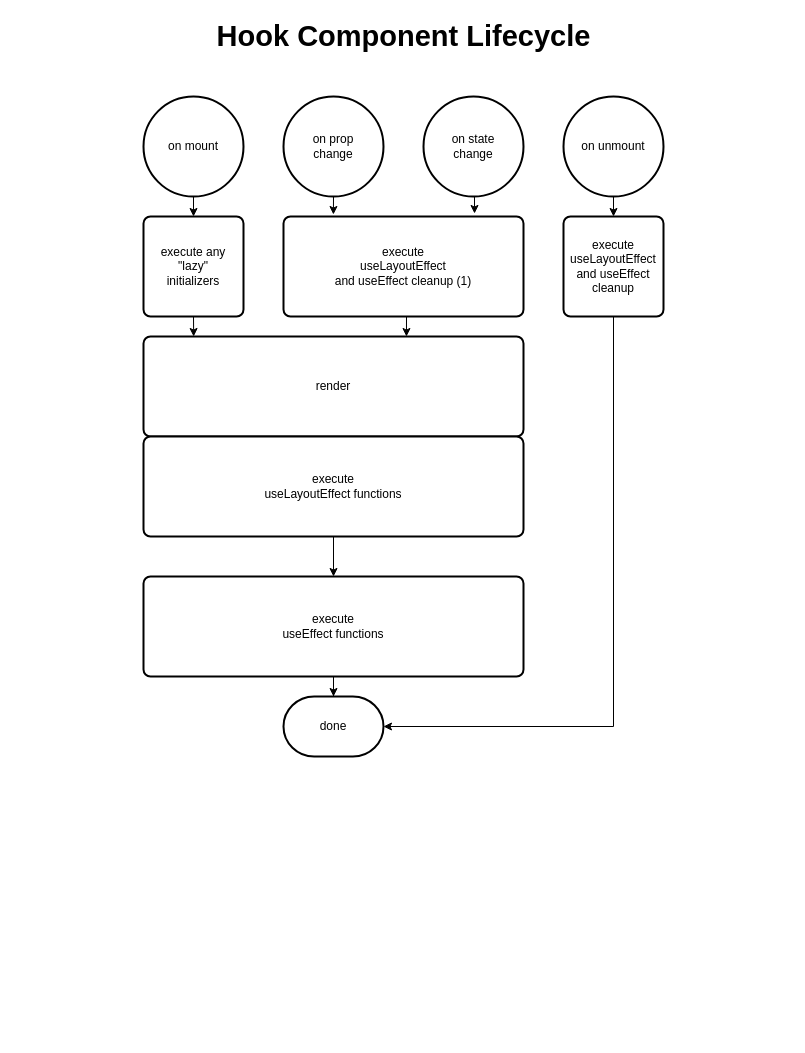
Earlier version of the draw.io diagram Hook Component Lifecycle.drawio (donavon/hook-flow). Source tidied: cells renumbered, new cells numbered last; positions are measured from the earlier drawing's top-left corner, leaving out a move shared by most shapes. Both pictures are drawn from the tidied source at 100%, with x=0, y=0 at pixel (143, 26).
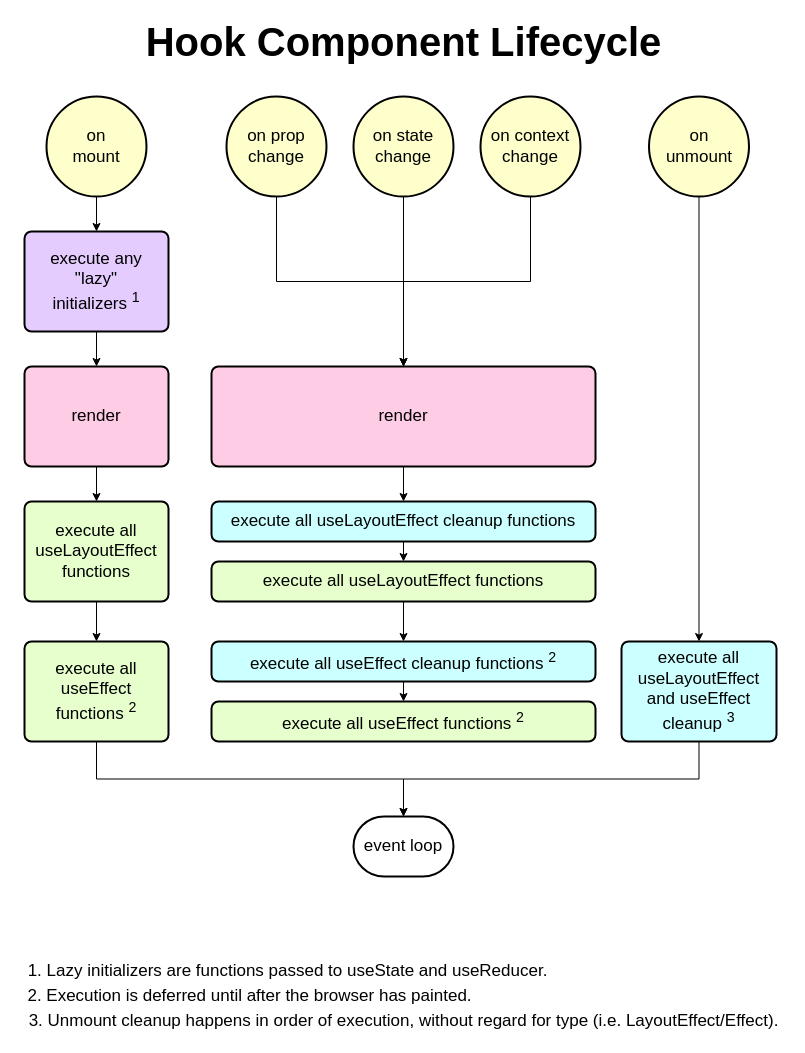
The same page after the edit.

Diff of the diagram source:
```diff
@@
-    <mxCell id="2" style="edgeStyle=orthogonalEdgeStyle;rounded=0;jettySize=auto;html=1;exitX=0.5;exitY=1;exitDx=0;exitDy=0;exitPerimeter=0;entryX=0.5;entryY=0;entryDx=0;entryDy=0;" parent="1" edge="1" source="3" target="5">
+    <mxCell id="2" style="edgeStyle=orthogonalEdgeStyle;rounded=0;jettySize=auto;html=1;exitX=0.5;exitY=1;exitDx=0;exitDy=0;exitPerimeter=0;entryX=0.5;entryY=0;entryDx=0;entryDy=0;fontSize=17;" parent="1" edge="1" source="3" target="5">
       <mxGeometry relative="1" as="geometry" />
     </mxCell>
-    <mxCell id="3" value="on mount" style="strokeWidth=2;html=1;shape=mxgraph.flowchart.start_2;whiteSpace=wrap;" parent="1" vertex="1">
-      <mxGeometry y="70" width="100" height="100" as="geometry" />
+    <mxCell id="3" value="on&lt;br&gt;mount" style="strokeWidth=2;html=1;shape=mxgraph.flowchart.start_2;whiteSpace=wrap;fontSize=17;fillColor=#FFFFCC;" parent="1" vertex="1">
+      <mxGeometry x="-97" y="70" width="100" height="100" as="geometry" />
     </mxCell>
-    <mxCell id="4" style="edgeStyle=orthogonalEdgeStyle;rounded=0;jettySize=auto;html=1;exitX=0.5;exitY=1;exitDx=0;exitDy=0;entryX=0.132;entryY=0;entryDx=0;entryDy=0;entryPerimeter=0;" parent="1" edge="1" source="5" target="6">
+    <mxCell id="4" style="edgeStyle=orthogonalEdgeStyle;rounded=0;jettySize=auto;html=1;exitX=0.5;exitY=1;exitDx=0;exitDy=0;entryX=0.5;entryY=0;entryDx=0;entryDy=0;fontSize=17;" parent="1" edge="1" source="5" target="6">
       <mxGeometry relative="1" as="geometry" />
     </mxCell>
-    <mxCell id="5" value="execute any&lt;br&gt;&quot;lazy&quot;&lt;br&gt;initializers&lt;br&gt;" style="rounded=1;whiteSpace=wrap;html=1;absoluteArcSize=1;arcSize=14;strokeWidth=2;" parent="1" vertex="1">
-      <mxGeometry y="190" width="100" height="100" as="geometry" />
+    <mxCell id="5" value="execute any&lt;br style=&quot;font-size: 17px&quot;&gt;&quot;lazy&quot;&lt;br style=&quot;font-size: 17px&quot;&gt;initializers &lt;sup&gt;1&lt;/sup&gt;&lt;br style=&quot;font-size: 17px&quot;&gt;" style="rounded=1;whiteSpace=wrap;html=1;absoluteArcSize=1;arcSize=14;strokeWidth=2;fontSize=17;fillColor=#E5CCFF;" parent="1" vertex="1">
+      <mxGeometry x="-119" y="205" width="144" height="100" as="geometry" />
     </mxCell>
+    <mxCell id="23" style="edgeStyle=orthogonalEdgeStyle;rounded=0;jettySize=auto;html=1;exitX=0.5;exitY=1;exitDx=0;exitDy=0;entryX=0.5;entryY=0;entryDx=0;entryDy=0;fontSize=17;" parent="1" edge="1" source="6" target="8">
+      <mxGeometry relative="1" as="geometry" />
+    </mxCell>
-    <mxCell id="6" value="render" style="rounded=1;whiteSpace=wrap;html=1;absoluteArcSize=1;arcSize=14;strokeWidth=2;" parent="1" vertex="1">
-      <mxGeometry y="310" width="380" height="100" as="geometry" />
+    <mxCell id="6" value="render" style="rounded=1;whiteSpace=wrap;html=1;absoluteArcSize=1;arcSize=14;strokeWidth=2;fontSize=17;fillColor=#FFCCE6;" parent="1" vertex="1">
+      <mxGeometry x="-119" y="340" width="144" height="100" as="geometry" />
     </mxCell>
-    <mxCell id="7" style="edgeStyle=orthogonalEdgeStyle;rounded=0;jettySize=auto;html=1;exitX=0.5;exitY=1;exitDx=0;exitDy=0;entryX=0.5;entryY=0;entryDx=0;entryDy=0;" parent="1" edge="1" source="8" target="10">
+    <mxCell id="7" style="edgeStyle=orthogonalEdgeStyle;rounded=0;jettySize=auto;html=1;exitX=0.5;exitY=1;exitDx=0;exitDy=0;entryX=0.5;entryY=0;entryDx=0;entryDy=0;fontSize=17;" parent="1" edge="1" source="8" target="10">
       <mxGeometry relative="1" as="geometry" />
     </mxCell>
-    <mxCell id="8" value="execute&lt;br&gt;useLayoutEffect functions" style="rounded=1;whiteSpace=wrap;html=1;absoluteArcSize=1;arcSize=14;strokeWidth=2;" parent="1" vertex="1">
-      <mxGeometry y="410" width="380" height="100" as="geometry" />
+    <mxCell id="8" value="execute all&lt;br style=&quot;font-size: 17px&quot;&gt;useLayoutEffect functions" style="rounded=1;whiteSpace=wrap;html=1;absoluteArcSize=1;arcSize=14;strokeWidth=2;fontSize=17;fillColor=#E6FFCC;" parent="1" vertex="1">
+      <mxGeometry x="-119" y="475" width="144" height="100" as="geometry" />
     </mxCell>
-    <mxCell id="9" style="edgeStyle=orthogonalEdgeStyle;rounded=0;jettySize=auto;html=1;exitX=0.5;exitY=1;exitDx=0;exitDy=0;" parent="1" edge="1" source="10" target="15">
+    <mxCell id="9" style="edgeStyle=orthogonalEdgeStyle;rounded=0;jettySize=auto;html=1;exitX=0.5;exitY=1;exitDx=0;exitDy=0;entryX=0.5;entryY=0;entryDx=0;entryDy=0;entryPerimeter=0;fontSize=17;" parent="1" edge="1" source="10" target="15">
       <mxGeometry relative="1" as="geometry" />
     </mxCell>
-    <mxCell id="10" value="execute&lt;br&gt;useEffect functions" style="rounded=1;whiteSpace=wrap;html=1;absoluteArcSize=1;arcSize=14;strokeWidth=2;" parent="1" vertex="1">
-      <mxGeometry y="550" width="380" height="100" as="geometry" />
+    <mxCell id="10" value="execute all&lt;br style=&quot;font-size: 17px&quot;&gt;useEffect functions &lt;sup&gt;2&lt;/sup&gt;" style="rounded=1;whiteSpace=wrap;html=1;absoluteArcSize=1;arcSize=14;strokeWidth=2;fontSize=17;fillColor=#E6FFCC;" parent="1" vertex="1">
+      <mxGeometry x="-119" y="615" width="144" height="100" as="geometry" />
     </mxCell>
-    <mxCell id="11" style="edgeStyle=orthogonalEdgeStyle;rounded=0;jettySize=auto;html=1;exitX=0.5;exitY=1;exitDx=0;exitDy=0;exitPerimeter=0;entryX=0.208;entryY=-0.02;entryDx=0;entryDy=0;entryPerimeter=0;" parent="1" edge="1" source="12" target="17">
-      <mxGeometry relative="1" as="geometry" />
-    </mxCell>
+    <mxCell id="24" style="edgeStyle=orthogonalEdgeStyle;rounded=0;jettySize=auto;html=1;exitX=0.5;exitY=1;exitDx=0;exitDy=0;exitPerimeter=0;fontSize=17;" parent="1" edge="1" source="12" target="32">
+      <mxGeometry relative="1" as="geometry" />
+    </mxCell>
-    <mxCell id="12" value="on prop&lt;br&gt;change&lt;br&gt;" style="strokeWidth=2;html=1;shape=mxgraph.flowchart.start_2;whiteSpace=wrap;" parent="1" vertex="1">
-      <mxGeometry x="140" y="70" width="100" height="100" as="geometry" />
+    <mxCell id="12" value="on prop&lt;br style=&quot;font-size: 17px;&quot;&gt;change&lt;br style=&quot;font-size: 17px;&quot;&gt;" style="strokeWidth=2;html=1;shape=mxgraph.flowchart.start_2;whiteSpace=wrap;fontSize=17;fillColor=#FFFFCC;" parent="1" vertex="1">
+      <mxGeometry x="83" y="70" width="100" height="100" as="geometry" />
     </mxCell>
-    <mxCell id="13" style="edgeStyle=orthogonalEdgeStyle;rounded=0;jettySize=auto;html=1;exitX=0.5;exitY=1;exitDx=0;exitDy=0;exitPerimeter=0;entryX=0.796;entryY=-0.03;entryDx=0;entryDy=0;entryPerimeter=0;" parent="1" edge="1" source="14" target="17">
-      <mxGeometry relative="1" as="geometry" />
-    </mxCell>
+    <mxCell id="25" style="edgeStyle=orthogonalEdgeStyle;rounded=0;jettySize=auto;html=1;exitX=0.5;exitY=1;exitDx=0;exitDy=0;exitPerimeter=0;fontSize=17;" parent="1" edge="1" source="14" target="32">
+      <mxGeometry relative="1" as="geometry" />
+    </mxCell>
-    <mxCell id="14" value="on state&lt;br&gt;change&lt;br&gt;" style="strokeWidth=2;html=1;shape=mxgraph.flowchart.start_2;whiteSpace=wrap;" parent="1" vertex="1">
-      <mxGeometry x="280" y="70" width="100" height="100" as="geometry" />
+    <mxCell id="14" value="on state&lt;br style=&quot;font-size: 17px;&quot;&gt;change&lt;br style=&quot;font-size: 17px;&quot;&gt;" style="strokeWidth=2;html=1;shape=mxgraph.flowchart.start_2;whiteSpace=wrap;fontSize=17;fillColor=#FFFFCC;" parent="1" vertex="1">
+      <mxGeometry x="210" y="70" width="100" height="100" as="geometry" />
     </mxCell>
-    <mxCell id="15" value="done" style="strokeWidth=2;html=1;shape=mxgraph.flowchart.terminator;whiteSpace=wrap;" parent="1" vertex="1">
-      <mxGeometry x="140" y="670" width="100" height="60" as="geometry" />
+    <mxCell id="15" value="event loop" style="strokeWidth=2;html=1;shape=mxgraph.flowchart.terminator;whiteSpace=wrap;fontSize=17;" parent="1" vertex="1">
+      <mxGeometry x="210" y="790" width="100" height="60" as="geometry" />
     </mxCell>
-    <mxCell id="16" style="edgeStyle=orthogonalEdgeStyle;rounded=0;jettySize=auto;html=1;exitX=0.5;exitY=1;exitDx=0;exitDy=0;entryX=0.692;entryY=0;entryDx=0;entryDy=0;entryPerimeter=0;" parent="1" edge="1" source="17" target="6">
-      <mxGeometry relative="1" as="geometry" />
-    </mxCell>
-    <mxCell id="17" value="execute&lt;br&gt;useLayoutEffect&lt;br&gt;and useEffect cleanup (1)&lt;br&gt;" style="rounded=1;whiteSpace=wrap;html=1;absoluteArcSize=1;arcSize=14;strokeWidth=2;" parent="1" vertex="1">
-      <mxGeometry x="140" y="190" width="240" height="100" as="geometry" />
-    </mxCell>
-    <mxCell id="18" style="edgeStyle=orthogonalEdgeStyle;rounded=0;jettySize=auto;html=1;exitX=0.5;exitY=1;exitDx=0;exitDy=0;exitPerimeter=0;entryX=0.5;entryY=0;entryDx=0;entryDy=0;" parent="1" edge="1" source="19" target="21">
+    <mxCell id="18" style="edgeStyle=orthogonalEdgeStyle;rounded=0;jettySize=auto;html=1;exitX=0.5;exitY=1;exitDx=0;exitDy=0;exitPerimeter=0;entryX=0.5;entryY=0;entryDx=0;entryDy=0;fontSize=17;" parent="1" edge="1" source="19" target="21">
       <mxGeometry relative="1" as="geometry" />
     </mxCell>
-    <mxCell id="19" value="on unmount" style="strokeWidth=2;html=1;shape=mxgraph.flowchart.start_2;whiteSpace=wrap;" parent="1" vertex="1">
-      <mxGeometry x="420" y="70" width="100" height="100" as="geometry" />
+    <mxCell id="19" value="on&lt;br&gt;unmount" style="strokeWidth=2;html=1;shape=mxgraph.flowchart.start_2;whiteSpace=wrap;fontSize=17;fillColor=#FFFFCC;" parent="1" vertex="1">
+      <mxGeometry x="505.5" y="70" width="100" height="100" as="geometry" />
     </mxCell>
-    <mxCell id="20" style="edgeStyle=orthogonalEdgeStyle;rounded=0;jettySize=auto;html=1;exitX=0.5;exitY=1;exitDx=0;exitDy=0;entryX=1;entryY=0.5;entryDx=0;entryDy=0;entryPerimeter=0;" parent="1" edge="1" source="21" target="15">
+    <mxCell id="20" style="edgeStyle=orthogonalEdgeStyle;rounded=0;jettySize=auto;html=1;exitX=0.5;exitY=1;exitDx=0;exitDy=0;entryX=0.5;entryY=0;entryDx=0;entryDy=0;entryPerimeter=0;fontSize=17;" parent="1" edge="1" source="21" target="15">
       <mxGeometry relative="1" as="geometry" />
     </mxCell>
-    <mxCell id="21" value="&lt;span&gt;execute&lt;/span&gt;&lt;br&gt;&lt;span&gt;useLayoutEffect&lt;/span&gt;&lt;br&gt;&lt;span&gt;and useEffect cleanup&lt;/span&gt;" style="rounded=1;whiteSpace=wrap;html=1;absoluteArcSize=1;arcSize=14;strokeWidth=2;" parent="1" vertex="1">
-      <mxGeometry x="420" y="190" width="100" height="100" as="geometry" />
+    <mxCell id="21" value="&lt;span style=&quot;font-size: 17px&quot;&gt;execute all&lt;/span&gt;&lt;br style=&quot;font-size: 17px&quot;&gt;&lt;span style=&quot;font-size: 17px&quot;&gt;useLayoutEffect&lt;/span&gt;&lt;br style=&quot;font-size: 17px&quot;&gt;&lt;span style=&quot;font-size: 17px&quot;&gt;and useEffect cleanup &lt;sup&gt;3&lt;/sup&gt;&lt;/span&gt;" style="rounded=1;whiteSpace=wrap;html=1;absoluteArcSize=1;arcSize=14;strokeWidth=2;fontSize=17;fillColor=#CCFFFF;" parent="1" vertex="1">
+      <mxGeometry x="478" y="615" width="155" height="100" as="geometry" />
     </mxCell>
-    <mxCell id="22" value="&lt;font style=&quot;font-size: 29px&quot;&gt;&lt;b&gt;Hook Component Lifecycle&lt;/b&gt;&lt;/font&gt;" style="text;html=1;align=center;verticalAlign=middle;fillColor=none;strokeColor=none;rounded=0;" parent="1" vertex="1">
-      <mxGeometry x="65" width="390" height="20" as="geometry" />
+    <mxCell id="22" value="&lt;font size=&quot;1&quot;&gt;&lt;b style=&quot;font-size: 40px&quot;&gt;Hook Component Lifecycle&lt;/b&gt;&lt;/font&gt;" style="text;html=1;align=center;verticalAlign=middle;fillColor=none;strokeColor=none;rounded=0;" parent="1" vertex="1">
+      <mxGeometry x="-5" width="530" height="30" as="geometry" />
     </mxCell>
+    <mxCell id="26" style="edgeStyle=orthogonalEdgeStyle;rounded=0;jettySize=auto;html=1;exitX=0.5;exitY=1;exitDx=0;exitDy=0;exitPerimeter=0;entryX=0.5;entryY=0;entryDx=0;entryDy=0;fontSize=17;" parent="1" edge="1" source="27" target="32">
+      <mxGeometry relative="1" as="geometry" />
+    </mxCell>
+    <mxCell id="27" value="on context&lt;br&gt;change&lt;br&gt;" style="strokeWidth=2;html=1;shape=mxgraph.flowchart.start_2;whiteSpace=wrap;fontSize=17;fillColor=#FFFFCC;" parent="1" vertex="1">
+      <mxGeometry x="337" y="70" width="100" height="100" as="geometry" />
+    </mxCell>
+    <mxCell id="28" value="&lt;div style=&quot;text-align: left&quot;&gt;&lt;span&gt;1. Lazy initializers are functions passed to useState and useReducer.&lt;/span&gt;&lt;/div&gt;" style="text;html=1;align=center;verticalAlign=middle;fillColor=none;strokeColor=none;rounded=0;fontSize=17;" parent="1" vertex="1">
+      <mxGeometry x="-126" y="930" width="540" height="30" as="geometry" />
+    </mxCell>
+    <mxCell id="29" value="&lt;div style=&quot;text-align: left&quot;&gt;&lt;/div&gt;2. Execution is deferred until after the browser has painted.&lt;br&gt;" style="text;html=1;align=center;verticalAlign=middle;fillColor=none;strokeColor=none;rounded=0;fontSize=17;" parent="1" vertex="1">
+      <mxGeometry x="-124" y="955" width="460" height="30" as="geometry" />
+    </mxCell>
+    <mxCell id="30" value="&lt;div style=&quot;text-align: left&quot;&gt;3. Unmount cleanup happens in order of execution, without regard for type (i.e. LayoutEffect/Effect).&lt;br&gt;&lt;/div&gt;" style="text;html=1;align=center;verticalAlign=middle;fillColor=none;strokeColor=none;rounded=0;fontSize=17;" parent="1" vertex="1">
+      <mxGeometry x="-125" y="980" width="770" height="30" as="geometry" />
+    </mxCell>
+    <mxCell id="31" style="edgeStyle=orthogonalEdgeStyle;rounded=0;jettySize=auto;html=1;exitX=0.5;exitY=1;exitDx=0;exitDy=0;entryX=0.5;entryY=0;entryDx=0;entryDy=0;fontSize=17;" parent="1" edge="1" source="32" target="34">
+      <mxGeometry relative="1" as="geometry" />
+    </mxCell>
+    <mxCell id="32" value="render" style="rounded=1;whiteSpace=wrap;html=1;absoluteArcSize=1;arcSize=14;strokeWidth=2;fontSize=17;fillColor=#FFCCE6;" parent="1" vertex="1">
+      <mxGeometry x="68" y="340" width="384" height="100" as="geometry" />
+    </mxCell>
+    <mxCell id="33" style="edgeStyle=orthogonalEdgeStyle;rounded=0;jettySize=auto;html=1;exitX=0.5;exitY=1;exitDx=0;exitDy=0;entryX=0.5;entryY=0;entryDx=0;entryDy=0;fontSize=17;" parent="1" edge="1" source="34" target="36">
+      <mxGeometry relative="1" as="geometry" />
+    </mxCell>
+    <mxCell id="34" value="execute all useLayoutEffect cleanup functions " style="rounded=1;whiteSpace=wrap;html=1;absoluteArcSize=1;arcSize=14;strokeWidth=2;fontSize=17;fillColor=#CCFFFF;" parent="1" vertex="1">
+      <mxGeometry x="68" y="475" width="384" height="40" as="geometry" />
+    </mxCell>
+    <mxCell id="35" style="edgeStyle=orthogonalEdgeStyle;rounded=0;jettySize=auto;html=1;exitX=0.5;exitY=1;exitDx=0;exitDy=0;entryX=0.5;entryY=0;entryDx=0;entryDy=0;fontSize=17;" parent="1" edge="1" source="36" target="38">
+      <mxGeometry relative="1" as="geometry" />
+    </mxCell>
+    <mxCell id="36" value="execute all useLayoutEffect functions" style="rounded=1;whiteSpace=wrap;html=1;absoluteArcSize=1;arcSize=14;strokeWidth=2;fontSize=17;fillColor=#E6FFCC;" parent="1" vertex="1">
+      <mxGeometry x="68" y="535" width="384" height="40" as="geometry" />
+    </mxCell>
+    <mxCell id="37" style="edgeStyle=orthogonalEdgeStyle;rounded=0;jettySize=auto;html=1;exitX=0.5;exitY=1;exitDx=0;exitDy=0;entryX=0.5;entryY=0;entryDx=0;entryDy=0;fontSize=17;" parent="1" edge="1" source="38" target="39">
+      <mxGeometry relative="1" as="geometry" />
+    </mxCell>
+    <mxCell id="38" value="execute all useEffect cleanup functions &lt;sup&gt;2&lt;/sup&gt;" style="rounded=1;whiteSpace=wrap;html=1;absoluteArcSize=1;arcSize=14;strokeWidth=2;fontSize=17;fillColor=#CCFFFF;" parent="1" vertex="1">
+      <mxGeometry x="68" y="615" width="384" height="40" as="geometry" />
+    </mxCell>
+    <mxCell id="39" value="execute all useEffect functions &lt;sup&gt;2&lt;/sup&gt;" style="rounded=1;whiteSpace=wrap;html=1;absoluteArcSize=1;arcSize=14;strokeWidth=2;fontSize=17;fillColor=#E6FFCC;" parent="1" vertex="1">
+      <mxGeometry x="68" y="675" width="384" height="40" as="geometry" />
+    </mxCell>
```
